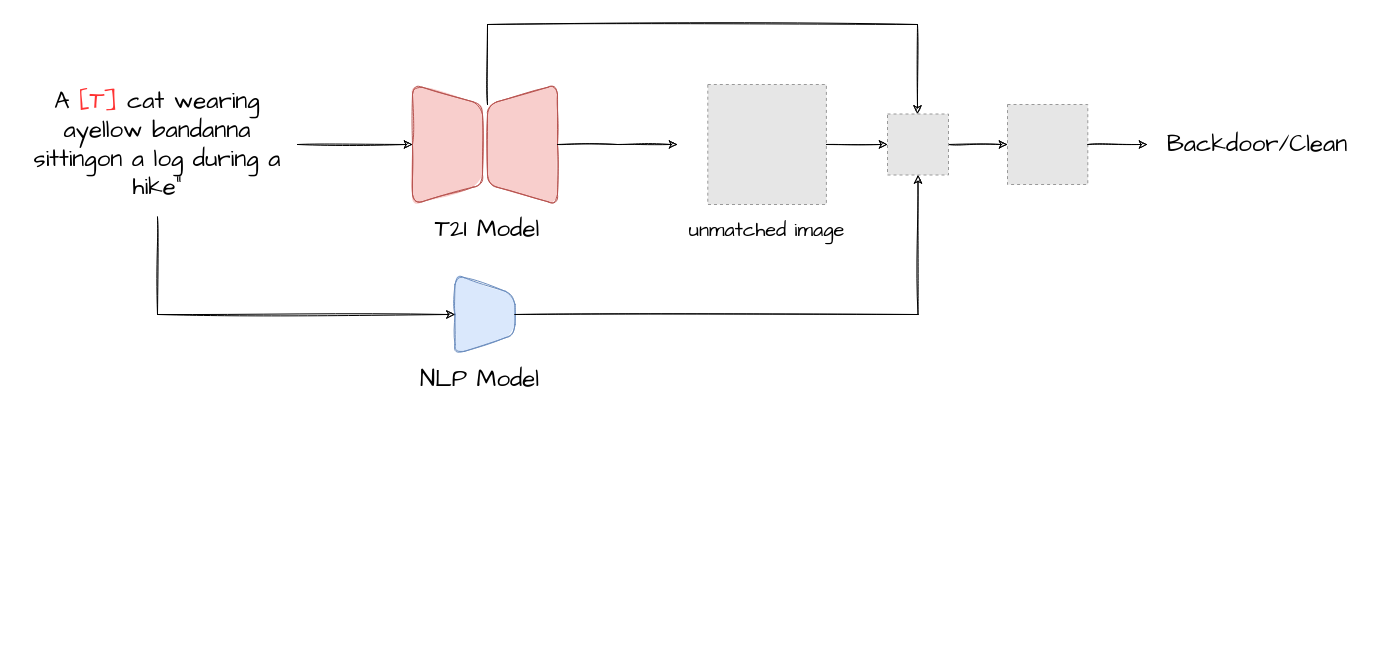
The draw.io diagram 后门检测.drawio in Aemilia-xu/CS231n, before the edit. Source tidied: cells renumbered, new cells numbered last; positions are measured from the earlier drawing's top-left corner, leaving out a move shared by most shapes. Both pictures are drawn from the tidied source at 100%, with x=0, y=0 at pixel (17, 24). Pictures stored in the file or linked from it are replaced by grey dashed boxes.
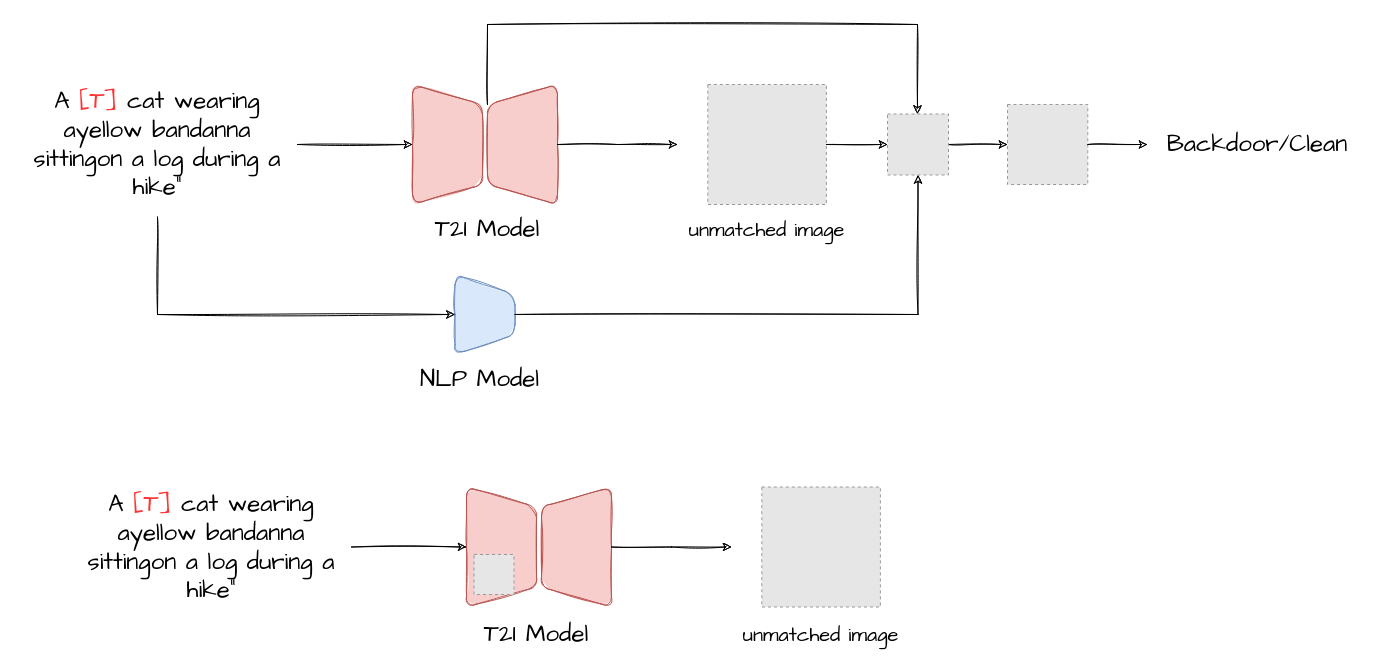
The same diagram, later.

Commit message:
更新后门检测.drawio

Change to the diagram source:
```diff
@@
+    <mxCell id="21" style="shape=trapezoid;perimeter=trapezoidPerimeter;whiteSpace=wrap;html=1;fixedSize=1;rounded=1;rotation=90;fillColor=#f8cecc;strokeColor=#b85450;sketch=1;curveFitting=1;jiggle=1;fillStyle=solid;" parent="1" vertex="1">
+      <mxGeometry x="424" y="487.5" width="120" height="70" as="geometry" />
+    </mxCell>
+    <mxCell id="22" style="shape=trapezoid;perimeter=trapezoidPerimeter;whiteSpace=wrap;html=1;fixedSize=1;rounded=1;rotation=-90;fillColor=#f8cecc;strokeColor=#b85450;sketch=1;curveFitting=1;jiggle=1;fillStyle=solid;" parent="1" vertex="1">
+      <mxGeometry x="499" y="487.5" width="120" height="70" as="geometry" />
+    </mxCell>
+    <mxCell id="23" style="edgeStyle=orthogonalEdgeStyle;rounded=0;jettySize=auto;html=1;exitX=1;exitY=0.5;exitDx=0;exitDy=0;entryX=0.5;entryY=1;entryDx=0;entryDy=0;sketch=1;curveFitting=1;jiggle=1;" parent="1" edge="1" source="24" target="21">
+      <mxGeometry relative="1" as="geometry" />
+    </mxCell>
+    <mxCell id="24" value="&lt;font face=&quot;Comic Sans MS&quot;&gt;&lt;span style=&quot;font-size: 24px;&quot;&gt;A &lt;font color=&quot;#ff3333&quot;&gt;[T]&lt;/font&gt;&amp;nbsp;cat wearing ayellow bandanna sittingon a log during a hike&quot;&lt;/span&gt;&lt;/font&gt;" style="text;html=1;align=center;verticalAlign=middle;whiteSpace=wrap;rounded=0;" parent="1" vertex="1">
+      <mxGeometry x="54" y="450" width="280" height="145" as="geometry" />
+    </mxCell>
+    <mxCell id="25" style="edgeStyle=orthogonalEdgeStyle;rounded=0;jettySize=auto;html=1;entryX=0;entryY=0.5;entryDx=0;entryDy=0;sketch=1;curveFitting=1;jiggle=1;exitX=0.5;exitY=1;exitDx=0;exitDy=0;" parent="1" edge="1" source="22">
+      <mxGeometry relative="1" as="geometry">
+        <mxPoint x="714" y="522.5" as="targetPoint" />
+      </mxGeometry>
+    </mxCell>
+    <mxCell id="26" style="fillColor=#E6E6E6;strokeColor=#999999;dashed=1;verticalLabelPosition=bottom;labelBackgroundColor=default;verticalAlign=top;" parent="1" vertex="1">
+      <mxGeometry x="744.3" y="462.5" width="118.6" height="120" as="geometry" />
+    </mxCell>
+    <mxCell id="27" value="&lt;font style=&quot;font-size: 24px;&quot; face=&quot;Comic Sans MS&quot;&gt;T2I Model&lt;/font&gt;" style="text;html=1;align=center;verticalAlign=middle;whiteSpace=wrap;rounded=0;" parent="1" vertex="1">
+      <mxGeometry x="449" y="595" width="140" height="30" as="geometry" />
+    </mxCell>
+    <mxCell id="28" value="&lt;font style=&quot;font-size: 20px;&quot; face=&quot;Comic Sans MS&quot;&gt;unmatched image&lt;/font&gt;" style="text;html=1;align=center;verticalAlign=middle;whiteSpace=wrap;rounded=0;" parent="1" vertex="1">
+      <mxGeometry x="713.3" y="595" width="180.7" height="30" as="geometry" />
+    </mxCell>
+    <mxCell id="29" style="fillColor=#E6E6E6;strokeColor=#999999;dashed=1;verticalLabelPosition=bottom;labelBackgroundColor=default;verticalAlign=top;" parent="1" vertex="1">
+      <mxGeometry x="456.5" y="530" width="40" height="40" as="geometry" />
+    </mxCell>
```
